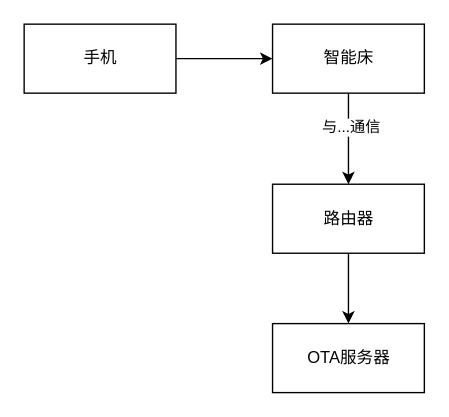
The draw.io diagram sb_ota.drawio in jasonactions/graph, before the edit. Source tidied: cells renumbered, new cells numbered last; positions are measured from the earlier drawing's top-left corner, leaving out a move shared by most shapes. Both pictures are drawn from the tidied source at 138%, with x=0, y=0 at pixel (23, 23).
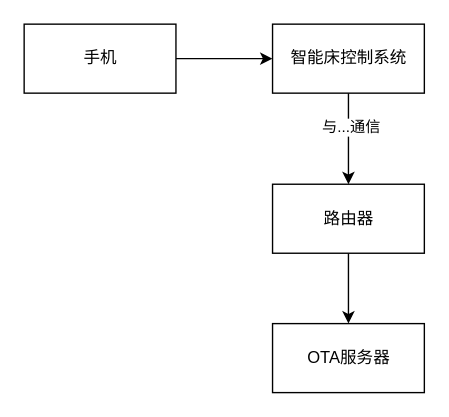
The same diagram, later.

Change to the diagram source:
```diff
@@
 <mxGraphModel>
   <root>
     <mxCell id="0" />
     <mxCell id="1" parent="0" />
     <mxCell id="2" style="edgeStyle=orthogonalEdgeStyle;rounded=0;jettySize=auto;html=1;entryX=0.5;entryY=0;entryDx=0;entryDy=0;" parent="1" edge="1" source="4" target="7">
       <mxGeometry relative="1" as="geometry" />
     </mxCell>
     <mxCell id="3" value="与...通信" style="edgeLabel;html=1;align=center;verticalAlign=middle;" parent="2" vertex="1">
       <mxGeometry x="-0.27" y="1" relative="1" as="geometry" />
     </mxCell>
-    <mxCell id="4" value="智能床" style="html=1;" parent="1" vertex="1">
+    <mxCell id="4" value="智能床控制系统" style="html=1;" parent="1" vertex="1">
       <mxGeometry x="180" width="110" height="50" as="geometry" />
     </mxCell>
     <mxCell id="5" value="OTA服务器" style="html=1;" parent="1" vertex="1">
       <mxGeometry x="180" y="217" width="110" height="50" as="geometry" />
     </mxCell>
     <mxCell id="6" style="edgeStyle=orthogonalEdgeStyle;rounded=1;jettySize=auto;html=1;entryX=0.5;entryY=0;entryDx=0;entryDy=0;" parent="1" edge="1" source="7" target="5">
       <mxGeometry relative="1" as="geometry" />
     </mxCell>
     <mxCell id="7" value="路由器" style="html=1;" parent="1" vertex="1">
       <mxGeometry x="180" y="116" width="110" height="50" as="geometry" />
     </mxCell>
     <mxCell id="8" style="edgeStyle=orthogonalEdgeStyle;rounded=0;jettySize=auto;html=1;entryX=0;entryY=0.5;entryDx=0;entryDy=0;" parent="1" edge="1" source="9" target="4">
       <mxGeometry relative="1" as="geometry" />
     </mxCell>
     <mxCell id="9" value="手机" style="html=1;" parent="1" vertex="1">
       <mxGeometry width="110" height="50" as="geometry" />
     </mxCell>
   </root>
 </mxGraphModel>
```
